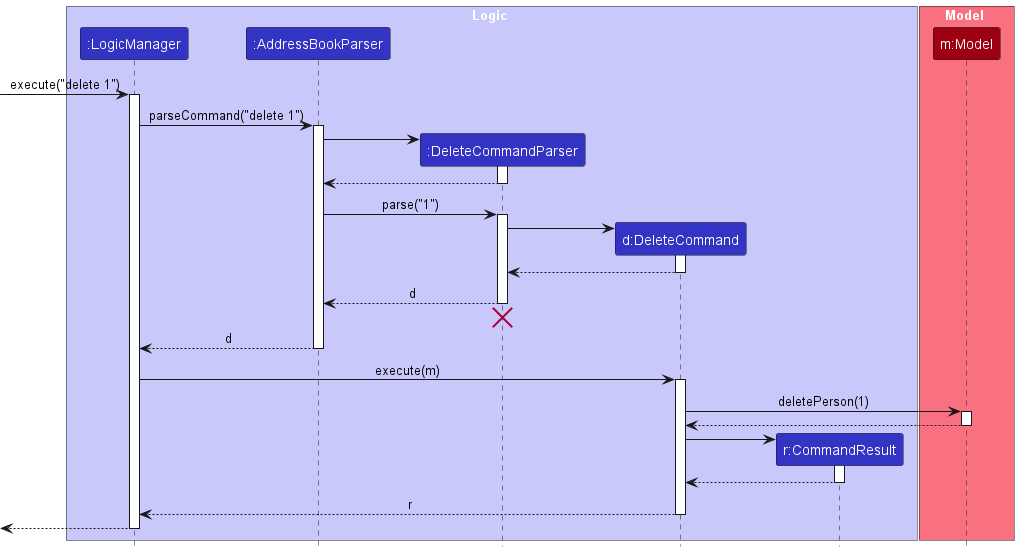
Before: docs/images/DeleteSequenceDiagram.png, a diagram exported from PlantUML (nus-cs2103-AY2425S1/tp).
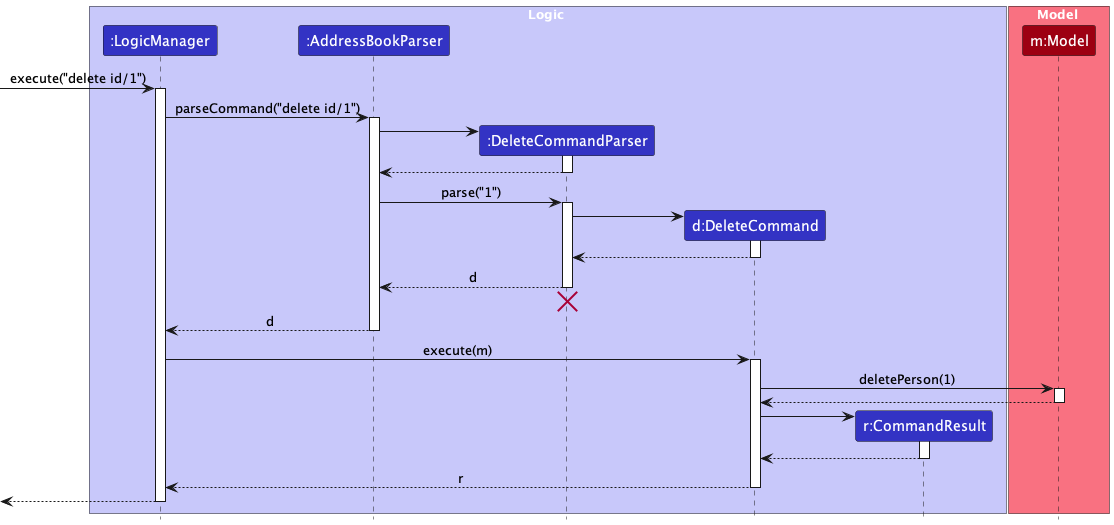
Later version of the same file.

Commit message:
Update Delete and Architecture sequence diagrams

What changed in the source:
```diff
@@ -14,10 +14,10 @@
 participant "m:Model" as Model MODEL_COLOR
 end box
 
-[-> LogicManager : execute("delete 1")
+[-> LogicManager : execute("delete id/1")
 activate LogicManager
 
-LogicManager -> AddressBookParser : parseCommand("delete 1")
+LogicManager -> AddressBookParser : parseCommand("delete id/1")
 activate AddressBookParser
 
 create DeleteCommandParser
```
